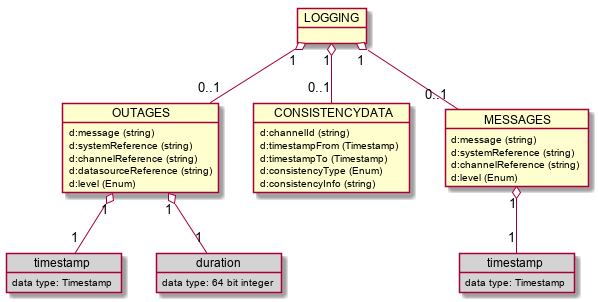
The PlantUML diagram images/generated/rcmdx_logging_group.png in OpenRailAssociation/rcm-dx, before a commit.
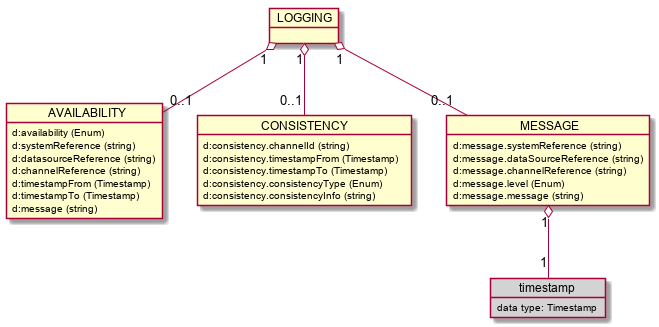
The same file after the commit.

What changed in the source:
```diff
@@ -1,43 +1,37 @@
 @startuml rcmdx_logging_group
   object LOGGING
 
-  object OUTAGES {
-    d:message (string)
+  object AVAILABILITY {
+    d:availability (Enum)
     d:systemReference (string)
+    d:datasourceReference (string)
     d:channelReference (string)
-    d:datasourceReference (string)
-    d:level (Enum)
-  }
-  LOGGING "1" o-- "0..1" OUTAGES
-
-  object CONSISTENCYDATA {
-    d:channelId (string)
     d:timestampFrom (Timestamp)
     d:timestampTo (Timestamp)
-    d:consistencyType (Enum)
-    d:consistencyInfo (string)
+    d:message (string)
   }
-  LOGGING "1" o-- "0..1" CONSISTENCYDATA
+  LOGGING "1" o-- "0..1" AVAILABILITY
 
-  object "timestamp" as out_timestamp #LightGray {
-    data type: Timestamp
+  object CONSISTENCY {
+    d:consistency.channelId (string)
+    d:consistency.timestampFrom (Timestamp)
+    d:consistency.timestampTo (Timestamp)
+    d:consistency.consistencyType (Enum)
+    d:consistency.consistencyInfo (string)
   }
-  object "duration" as out_duration #LightGray {
-    data type: 64 bit integer
+  LOGGING "1" o-- "0..1" CONSISTENCY
+
+  object MESSAGE {
+    d:message.systemReference (string)
+    d:message.dataSourceReference (string)
+    d:message.channelReference (string)
+    d:message.level (Enum)
+    d:message.message (string)
   }
-  OUTAGES "1" o-- "1" out_timestamp
-  OUTAGES "1" o-- "1" out_duration
-
-  object MESSAGES {
-    d:message (string)
-    d:systemReference (string)
-    d:channelReference (string)
-    d:level (Enum)
-  }
-  LOGGING "1" o-- "0..1" MESSAGES
+  LOGGING "1" o-- "0..1" MESSAGE
 
   object "timestamp" as msg_timestamp #LightGray {
     data type: Timestamp
   }
-  MESSAGES "1" o-- "1" msg_timestamp
+  MESSAGE "1" o-- "1" msg_timestamp
 @enduml
```
